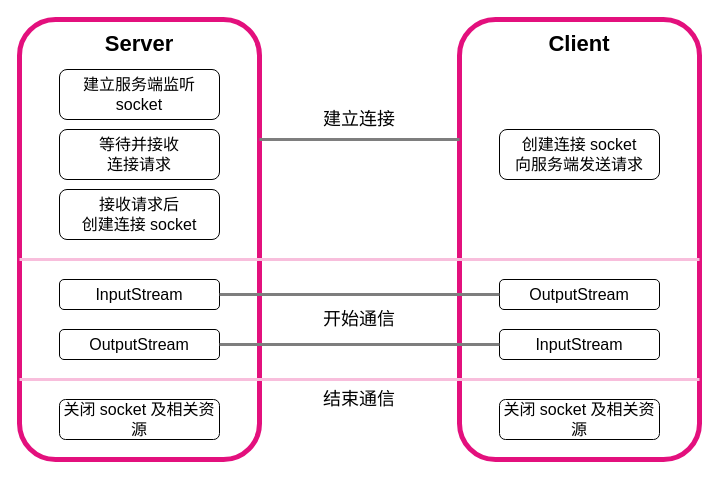
This is homework/src/main/resources/Socket 通信原理.drawio from YufuMxl/geek_java_practise, a draw.io file, before an edit. Source tidied: cells renumbered, new cells numbered last; positions are measured from the earlier drawing's top-left corner, leaving out a move shared by most shapes. Both pictures are drawn from the tidied source at 100%, with x=0, y=0 at pixel (19, 19).
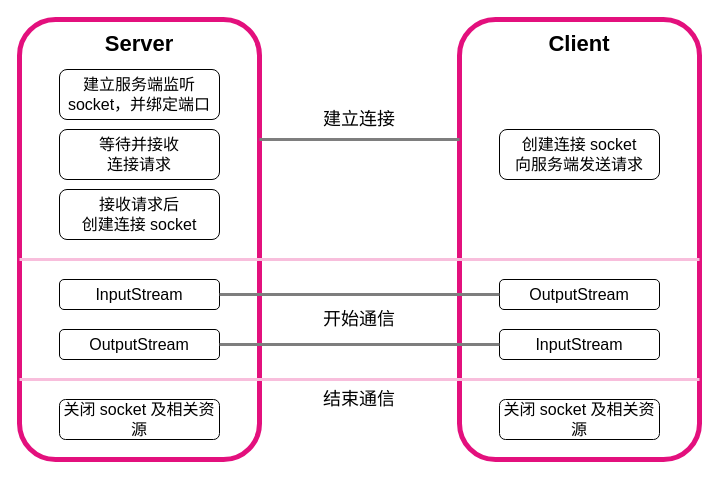
After the change.

Commit message (it also covers changes not shown here):
更新Socket 通信原理.drawio

What changed in the source:
```diff
@@
-    <mxCell id="11" value="&lt;div style=&quot;font-size: 16px;&quot;&gt;建立服务端监听&lt;/div&gt;&lt;div style=&quot;font-size: 16px;&quot;&gt;socket&lt;br style=&quot;font-size: 16px;&quot;&gt;&lt;/div&gt;" style="rounded=1;whiteSpace=wrap;html=1;strokeWidth=1;fontSize=16;fontStyle=0;" parent="1" vertex="1">
+    <mxCell id="11" value="&lt;div style=&quot;font-size: 16px;&quot;&gt;建立服务端监听 socket，并绑定端口&lt;br style=&quot;font-size: 16px;&quot;&gt;&lt;/div&gt;" style="rounded=1;whiteSpace=wrap;html=1;strokeWidth=1;fontSize=16;fontStyle=0;" parent="1" vertex="1">
       <mxGeometry x="40" y="50" width="160" height="50" as="geometry" />
     </mxCell>
```
